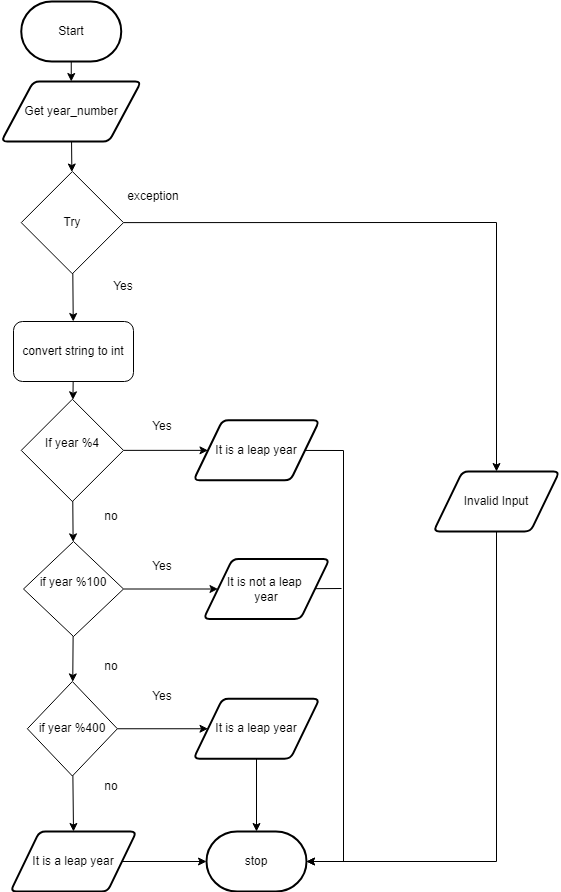
Before: FlowChartV2.png, a diagram exported from draw.io (JacksonNaufal/ICS3U-Unit3-08-Python). Source tidied: cells renumbered, new cells last; positions are measured from the earlier drawing's top-left corner, leaving out a move shared by most shapes.
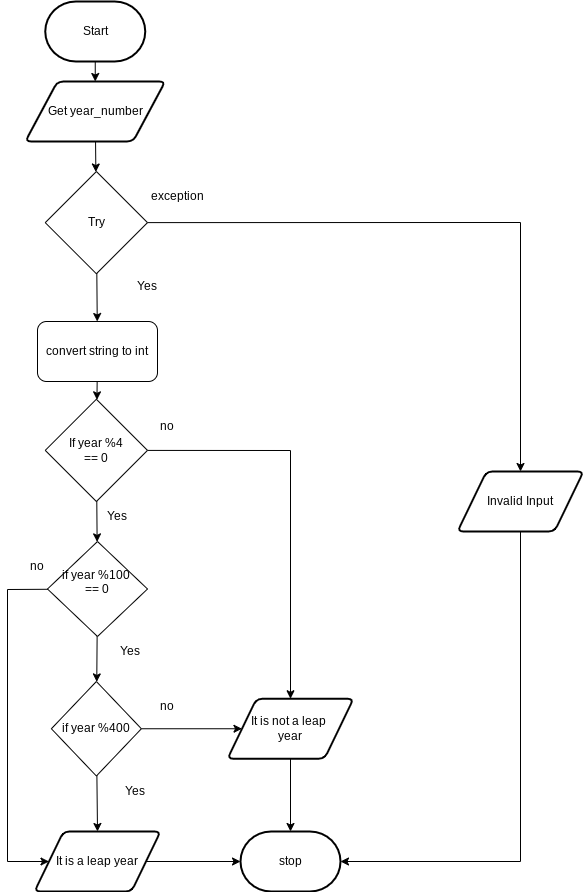
The same file after the commit.

What changed in the source:
```diff
@@ -9,23 +9,24 @@
       <mxGeometry x="19.8" width="100" height="60" as="geometry" />
     </mxCell>
     <mxCell id="4" value="stop" style="strokeWidth=2;html=1;shape=mxgraph.flowchart.terminator;whiteSpace=wrap;rounded=1;" parent="1" vertex="1">
-      <mxGeometry x="205" y="830" width="100" height="60" as="geometry" />
+      <mxGeometry x="215" y="830" width="100" height="60" as="geometry" />
     </mxCell>
-    <mxCell id="5" style="edgeStyle=none;html=1;" parent="1" edge="1" source="6" target="7">
-      <mxGeometry relative="1" as="geometry" />
-    </mxCell>
+    <mxCell id="39" style="edgeStyle=none;rounded=0;html=1;entryX=0.5;entryY=0;entryDx=0;entryDy=0;" parent="1" edge="1" source="6" target="18">
+      <mxGeometry relative="1" as="geometry">
+        <Array as="points">
+          <mxPoint x="265" y="449" />
+        </Array>
+      </mxGeometry>
+    </mxCell>
-    <mxCell id="6" value="&lt;br&gt;If year %4&lt;br&gt;&lt;br&gt;&amp;nbsp;" style="rhombus;whiteSpace=wrap;html=1;" parent="1" vertex="1">
+    <mxCell id="6" value="&lt;br&gt;If year %4&lt;br&gt;== 0&lt;br&gt;&amp;nbsp;" style="rhombus;whiteSpace=wrap;html=1;" parent="1" vertex="1">
       <mxGeometry x="19.8" y="397.8" width="102.2" height="102.2" as="geometry" />
     </mxCell>
-    <mxCell id="7" value="It is a leap year" style="shape=parallelogram;html=1;strokeWidth=2;perimeter=parallelogramPerimeter;whiteSpace=wrap;rounded=1;arcSize=12;size=0.23;" parent="1" vertex="1">
-      <mxGeometry x="192" y="418.9" width="126" height="60" as="geometry" />
-    </mxCell>
-    <mxCell id="8" style="edgeStyle=none;rounded=0;html=1;entryX=0;entryY=0.5;entryDx=0;entryDy=0;endArrow=classic;endFill=1;" parent="1" edge="1" source="10" target="21">
-      <mxGeometry relative="1" as="geometry" />
-    </mxCell>
     <mxCell id="9" style="edgeStyle=none;rounded=0;html=1;entryX=0.5;entryY=0;entryDx=0;entryDy=0;endArrow=classic;endFill=1;" parent="1" edge="1" source="10" target="33">
       <mxGeometry relative="1" as="geometry" />
     </mxCell>
+    <mxCell id="40" style="edgeStyle=none;rounded=0;html=1;entryX=0;entryY=0.5;entryDx=0;entryDy=0;" parent="1" edge="1" source="10" target="18">
+      <mxGeometry relative="1" as="geometry" />
+    </mxCell>
     <mxCell id="10" value="&lt;br&gt;&lt;br&gt;&lt;br&gt;if year %400&lt;br&gt;&lt;br&gt;&lt;br&gt;&amp;nbsp;" style="rhombus;whiteSpace=wrap;html=1;" parent="1" vertex="1">
       <mxGeometry x="25.9" y="680" width="90" height="94.5" as="geometry" />
     </mxCell>
@@ -33,45 +34,34 @@
       <mxGeometry relative="1" as="geometry" />
     </mxCell>
     <mxCell id="12" value="Yes" style="text;html=1;strokeColor=none;fillColor=none;align=center;verticalAlign=middle;whiteSpace=wrap;rounded=0;" parent="1" vertex="1">
-      <mxGeometry x="131" y="410" width="60" height="30" as="geometry" />
+      <mxGeometry x="62" y="500" width="60" height="30" as="geometry" />
     </mxCell>
-    <mxCell id="13" style="edgeStyle=none;rounded=0;html=1;entryX=0;entryY=0.5;entryDx=0;entryDy=0;" parent="1" edge="1" source="14" target="18">
-      <mxGeometry relative="1" as="geometry" />
-    </mxCell>
+    <mxCell id="41" style="edgeStyle=none;rounded=0;html=1;entryX=0;entryY=0.5;entryDx=0;entryDy=0;" parent="1" edge="1" source="14" target="33">
+      <mxGeometry relative="1" as="geometry">
+        <Array as="points">
+          <mxPoint x="-18" y="588" />
+          <mxPoint x="-18" y="860" />
+        </Array>
+      </mxGeometry>
+    </mxCell>
-    <mxCell id="14" value="&lt;br&gt;if year %100&lt;br&gt;&lt;br&gt;&amp;nbsp;" style="rhombus;whiteSpace=wrap;html=1;" parent="1" vertex="1">
+    <mxCell id="14" value="&lt;br&gt;if year %100 &lt;br&gt;== 0&lt;br&gt;&lt;br&gt;&amp;nbsp;" style="rhombus;whiteSpace=wrap;html=1;" parent="1" vertex="1">
       <mxGeometry x="22" y="540" width="100" height="95" as="geometry" />
     </mxCell>
     <mxCell id="15" style="edgeStyle=none;html=1;endArrow=classic;endFill=1;" parent="1" edge="1" source="6" target="14">
       <mxGeometry relative="1" as="geometry" />
     </mxCell>
     <mxCell id="16" value="Yes" style="text;html=1;strokeColor=none;fillColor=none;align=center;verticalAlign=middle;whiteSpace=wrap;rounded=0;" parent="1" vertex="1">
-      <mxGeometry x="131" y="550" width="60" height="30" as="geometry" />
+      <mxGeometry x="75" y="635" width="60" height="30" as="geometry" />
     </mxCell>
-    <mxCell id="17" style="edgeStyle=none;rounded=0;html=1;endArrow=none;endFill=0;" parent="1" edge="1" source="18">
-      <mxGeometry relative="1" as="geometry">
-        <mxPoint x="340" y="587" as="targetPoint" />
-      </mxGeometry>
-    </mxCell>
+    <mxCell id="42" style="edgeStyle=none;rounded=0;html=1;" parent="1" edge="1" source="18" target="4">
+      <mxGeometry relative="1" as="geometry" />
+    </mxCell>
     <mxCell id="18" value="It is not a leap &lt;br&gt;year" style="shape=parallelogram;html=1;strokeWidth=2;perimeter=parallelogramPerimeter;whiteSpace=wrap;rounded=1;arcSize=12;size=0.23;" parent="1" vertex="1">
-      <mxGeometry x="202" y="557.5" width="126" height="60" as="geometry" />
+      <mxGeometry x="202" y="697.2" width="126" height="60" as="geometry" />
     </mxCell>
     <mxCell id="19" value="Yes" style="text;html=1;strokeColor=none;fillColor=none;align=center;verticalAlign=middle;whiteSpace=wrap;rounded=0;" parent="1" vertex="1">
-      <mxGeometry x="131" y="680" width="60" height="30" as="geometry" />
+      <mxGeometry x="79.8" y="774.5" width="60" height="30" as="geometry" />
     </mxCell>
-    <mxCell id="20" style="edgeStyle=none;rounded=0;html=1;entryX=0.5;entryY=0;entryDx=0;entryDy=0;entryPerimeter=0;endArrow=classic;endFill=1;" parent="1" edge="1" source="21" target="4">
-      <mxGeometry relative="1" as="geometry" />
-    </mxCell>
-    <mxCell id="21" value="It is a leap year" style="shape=parallelogram;html=1;strokeWidth=2;perimeter=parallelogramPerimeter;whiteSpace=wrap;rounded=1;arcSize=12;size=0.23;" parent="1" vertex="1">
-      <mxGeometry x="192" y="697.2" width="126" height="60" as="geometry" />
-    </mxCell>
-    <mxCell id="22" style="edgeStyle=none;html=1;rounded=0;endArrow=classic;entryX=1;entryY=0.5;entryDx=0;entryDy=0;entryPerimeter=0;endFill=1;" parent="1" edge="1" source="7" target="4">
-      <mxGeometry relative="1" as="geometry">
-        <Array as="points">
-          <mxPoint x="342" y="449" />
-          <mxPoint x="342" y="860" />
-        </Array>
-      </mxGeometry>
-    </mxCell>
     <mxCell id="23" style="edgeStyle=none;rounded=0;html=1;entryX=0.5;entryY=0;entryDx=0;entryDy=0;endArrow=classic;endFill=1;" parent="1" edge="1" source="24" target="29">
       <mxGeometry relative="1" as="geometry">
         <Array as="points">
@@ -102,10 +92,10 @@
       <mxGeometry x="432" y="470" width="126" height="60" as="geometry" />
     </mxCell>
     <mxCell id="30" value="no" style="text;html=1;strokeColor=none;fillColor=none;align=center;verticalAlign=middle;whiteSpace=wrap;rounded=0;" parent="1" vertex="1">
-      <mxGeometry x="79.8" y="500" width="60" height="30" as="geometry" />
+      <mxGeometry x="112" y="410" width="60" height="30" as="geometry" />
     </mxCell>
     <mxCell id="31" value="no" style="text;html=1;strokeColor=none;fillColor=none;align=center;verticalAlign=middle;whiteSpace=wrap;rounded=0;" parent="1" vertex="1">
-      <mxGeometry x="79.8" y="650" width="60" height="30" as="geometry" />
+      <mxGeometry x="-18" y="550" width="60" height="30" as="geometry" />
     </mxCell>
     <mxCell id="32" style="edgeStyle=none;rounded=0;html=1;entryX=0;entryY=0.5;entryDx=0;entryDy=0;entryPerimeter=0;endArrow=classic;endFill=1;" parent="1" edge="1" source="33" target="4">
       <mxGeometry relative="1" as="geometry" />
@@ -114,7 +104,7 @@
       <mxGeometry x="9" y="830" width="126" height="60" as="geometry" />
     </mxCell>
     <mxCell id="34" value="no" style="text;html=1;strokeColor=none;fillColor=none;align=center;verticalAlign=middle;whiteSpace=wrap;rounded=0;" parent="1" vertex="1">
-      <mxGeometry x="79.8" y="770" width="60" height="30" as="geometry" />
+      <mxGeometry x="112" y="690" width="60" height="30" as="geometry" />
     </mxCell>
     <mxCell id="35" style="edgeStyle=none;html=1;" parent="1" edge="1" source="36" target="24">
       <mxGeometry relative="1" as="geometry" />
```
